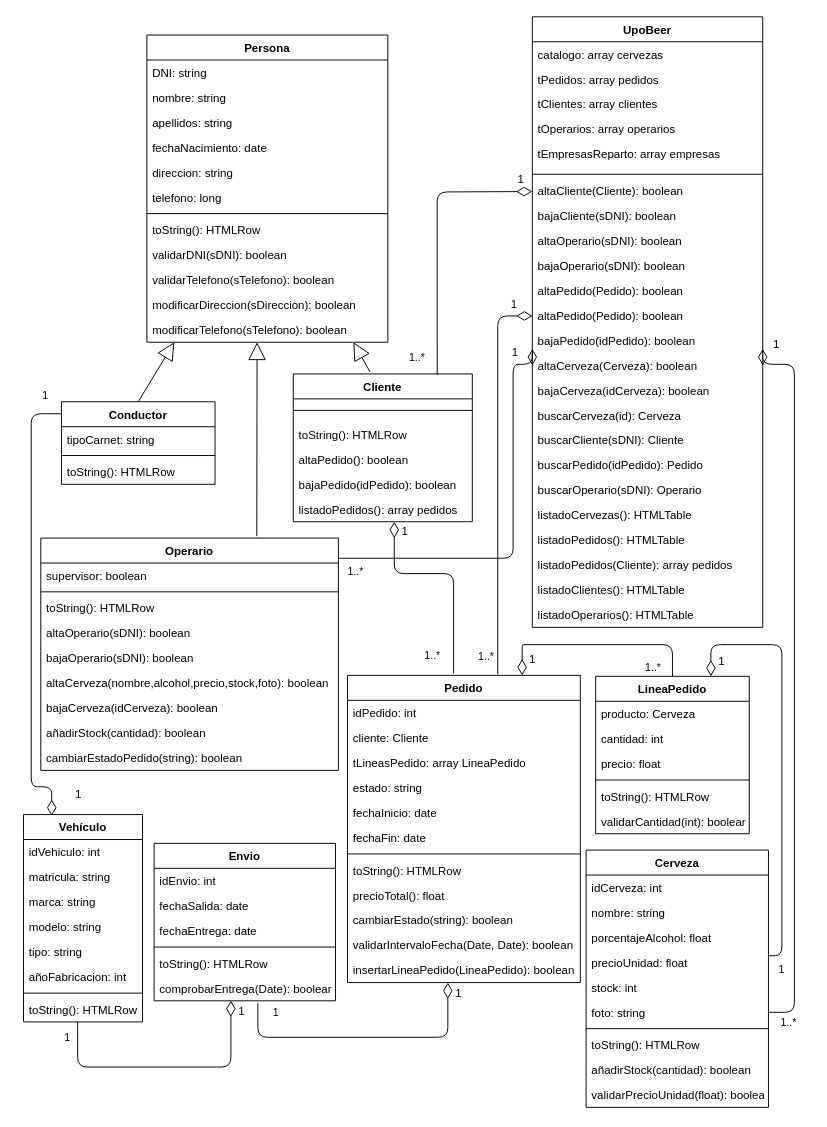
This is Untitled Diagram.drawio from iandreafh/UpoBeer, a draw.io file, before an edit. Source tidied: cells renumbered, new cells numbered last; positions are measured from the earlier drawing's top-left corner, leaving out a move shared by most shapes. Both pictures are drawn from the tidied source at 96%, with x=0, y=0 at pixel (23, 16).
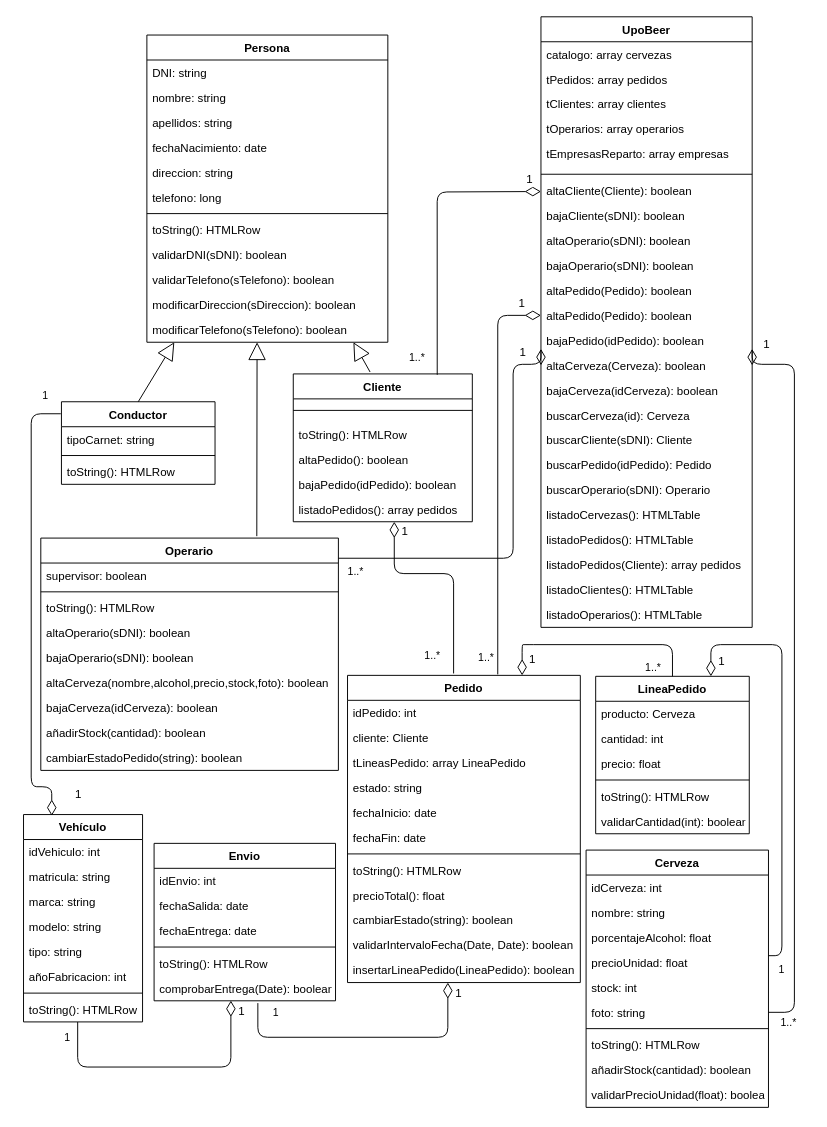
Above is the later version.

What changed in the source:
```diff
@@
     <mxCell id="22" value="UpoBeer" style="swimlane;fontStyle=1;align=center;verticalAlign=top;horizontal=1;startSize=26;" parent="1" vertex="1">
-      <mxGeometry x="530" width="240" height="636" as="geometry" />
+      <mxGeometry x="539" width="220" height="636" as="geometry" />
     </mxCell>
     <mxCell id="23" value="catalogo: array cervezas" style="text;strokeColor=none;fillColor=none;align=left;verticalAlign=top;spacingLeft=4;spacingRight=4;overflow=hidden;" parent="22" vertex="1">
-      <mxGeometry y="26" width="240" height="26" as="geometry" />
+      <mxGeometry y="26" width="220" height="26" as="geometry" />
     </mxCell>
     <mxCell id="24" value="tPedidos: array pedidos" style="text;strokeColor=none;fillColor=none;align=left;verticalAlign=top;spacingLeft=4;spacingRight=4;overflow=hidden;" parent="22" vertex="1">
-      <mxGeometry y="52" width="240" height="26" as="geometry" />
+      <mxGeometry y="52" width="220" height="26" as="geometry" />
     </mxCell>
     <mxCell id="25" value="tClientes: array clientes" style="text;strokeColor=none;fillColor=none;align=left;verticalAlign=top;spacingLeft=4;spacingRight=4;overflow=hidden;" parent="22" vertex="1">
-      <mxGeometry y="78" width="240" height="26" as="geometry" />
+      <mxGeometry y="78" width="220" height="26" as="geometry" />
     </mxCell>
     <mxCell id="26" value="tOperarios: array operarios" style="text;strokeColor=none;fillColor=none;align=left;verticalAlign=top;spacingLeft=4;spacingRight=4;overflow=hidden;" parent="22" vertex="1">
-      <mxGeometry y="104" width="240" height="26" as="geometry" />
+      <mxGeometry y="104" width="220" height="26" as="geometry" />
     </mxCell>
     <mxCell id="27" value="tEmpresasReparto: array empresas" style="text;strokeColor=none;fillColor=none;align=left;verticalAlign=top;spacingLeft=4;spacingRight=4;overflow=hidden;" parent="22" vertex="1">
-      <mxGeometry y="130" width="240" height="30" as="geometry" />
+      <mxGeometry y="130" width="220" height="30" as="geometry" />
     </mxCell>
     <mxCell id="28" style="line;strokeWidth=1;fillColor=none;align=left;verticalAlign=middle;spacingTop=-1;spacingLeft=3;spacingRight=3;labelPosition=right;" parent="22" vertex="1">
-      <mxGeometry y="160" width="240" height="8" as="geometry" />
+      <mxGeometry y="160" width="220" height="8" as="geometry" />
     </mxCell>
     <mxCell id="29" value="altaCliente(Cliente): boolean" style="text;strokeColor=none;fillColor=none;align=left;verticalAlign=top;spacingLeft=4;spacingRight=4;overflow=hidden;" parent="22" vertex="1">
-      <mxGeometry y="168" width="240" height="26" as="geometry" />
+      <mxGeometry y="168" width="220" height="26" as="geometry" />
     </mxCell>
@@
     <mxCell id="32" value="bajaCliente(sDNI): boolean" style="text;strokeColor=none;fillColor=none;align=left;verticalAlign=top;spacingLeft=4;spacingRight=4;overflow=hidden;" parent="22" vertex="1">
-      <mxGeometry y="194" width="240" height="26" as="geometry" />
+      <mxGeometry y="194" width="220" height="26" as="geometry" />
     </mxCell>
     <mxCell id="33" value="altaOperario(sDNI): boolean" style="text;strokeColor=none;fillColor=none;align=left;verticalAlign=top;spacingLeft=4;spacingRight=4;overflow=hidden;" parent="22" vertex="1">
-      <mxGeometry y="220" width="240" height="26" as="geometry" />
+      <mxGeometry y="220" width="220" height="26" as="geometry" />
     </mxCell>
     <mxCell id="34" value="bajaOperario(sDNI): boolean" style="text;strokeColor=none;fillColor=none;align=left;verticalAlign=top;spacingLeft=4;spacingRight=4;overflow=hidden;" parent="22" vertex="1">
-      <mxGeometry y="246" width="240" height="26" as="geometry" />
+      <mxGeometry y="246" width="220" height="26" as="geometry" />
     </mxCell>
     <mxCell id="35" value="altaPedido(Pedido): boolean" style="text;strokeColor=none;fillColor=none;align=left;verticalAlign=top;spacingLeft=4;spacingRight=4;overflow=hidden;" parent="22" vertex="1">
-      <mxGeometry y="272" width="240" height="26" as="geometry" />
+      <mxGeometry y="272" width="220" height="26" as="geometry" />
     </mxCell>
     <mxCell id="36" value="altaPedido(Pedido): boolean" style="text;strokeColor=none;fillColor=none;align=left;verticalAlign=top;spacingLeft=4;spacingRight=4;overflow=hidden;points=[[0,0.5],[1,0.5]];portConstraint=eastwest;" parent="22" vertex="1">
-      <mxGeometry y="298" width="240" height="26" as="geometry" />
+      <mxGeometry y="298" width="220" height="26" as="geometry" />
     </mxCell>
     <mxCell id="37" value="bajaPedido(idPedido): boolean" style="text;strokeColor=none;fillColor=none;align=left;verticalAlign=top;spacingLeft=4;spacingRight=4;overflow=hidden;" parent="22" vertex="1">
-      <mxGeometry y="324" width="240" height="26" as="geometry" />
+      <mxGeometry y="324" width="220" height="26" as="geometry" />
     </mxCell>
     <mxCell id="38" value="altaCerveza(Cerveza): boolean" style="text;strokeColor=none;fillColor=none;align=left;verticalAlign=top;spacingLeft=4;spacingRight=4;overflow=hidden;points=[[0,0.5],[1,0.5]];portConstraint=eastwest;" parent="22" vertex="1">
-      <mxGeometry y="350" width="240" height="26" as="geometry" />
+      <mxGeometry y="350" width="220" height="26" as="geometry" />
     </mxCell>
     <mxCell id="39" value="bajaCerveza(idCerveza): boolean" style="text;strokeColor=none;fillColor=none;align=left;verticalAlign=top;spacingLeft=4;spacingRight=4;overflow=hidden;" parent="22" vertex="1">
-      <mxGeometry y="376" width="240" height="26" as="geometry" />
+      <mxGeometry y="376" width="220" height="26" as="geometry" />
     </mxCell>
     <mxCell id="40" value="buscarCerveza(id): Cerveza" style="text;strokeColor=none;fillColor=none;align=left;verticalAlign=top;spacingLeft=4;spacingRight=4;overflow=hidden;" parent="22" vertex="1">
-      <mxGeometry y="402" width="240" height="26" as="geometry" />
+      <mxGeometry y="402" width="220" height="26" as="geometry" />
     </mxCell>
     <mxCell id="41" value="buscarCliente(sDNI): Cliente" style="text;strokeColor=none;fillColor=none;align=left;verticalAlign=top;spacingLeft=4;spacingRight=4;overflow=hidden;" parent="22" vertex="1">
-      <mxGeometry y="428" width="240" height="26" as="geometry" />
+      <mxGeometry y="428" width="220" height="26" as="geometry" />
     </mxCell>
     <mxCell id="42" value="buscarPedido(idPedido): Pedido" style="text;strokeColor=none;fillColor=none;align=left;verticalAlign=top;spacingLeft=4;spacingRight=4;overflow=hidden;" parent="22" vertex="1">
-      <mxGeometry y="454" width="240" height="26" as="geometry" />
+      <mxGeometry y="454" width="220" height="26" as="geometry" />
     </mxCell>
     <mxCell id="43" value="buscarOperario(sDNI): Operario" style="text;strokeColor=none;fillColor=none;align=left;verticalAlign=top;spacingLeft=4;spacingRight=4;overflow=hidden;" parent="22" vertex="1">
-      <mxGeometry y="480" width="240" height="26" as="geometry" />
+      <mxGeometry y="480" width="220" height="26" as="geometry" />
     </mxCell>
     <mxCell id="44" value="listadoCervezas(): HTMLTable" style="text;strokeColor=none;fillColor=none;align=left;verticalAlign=top;spacingLeft=4;spacingRight=4;overflow=hidden;" parent="22" vertex="1">
-      <mxGeometry y="506" width="240" height="26" as="geometry" />
+      <mxGeometry y="506" width="220" height="26" as="geometry" />
     </mxCell>
     <mxCell id="45" value="listadoPedidos(): HTMLTable" style="text;strokeColor=none;fillColor=none;align=left;verticalAlign=top;spacingLeft=4;spacingRight=4;overflow=hidden;" parent="22" vertex="1">
-      <mxGeometry y="532" width="240" height="26" as="geometry" />
+      <mxGeometry y="532" width="220" height="26" as="geometry" />
     </mxCell>
     <mxCell id="46" value="listadoPedidos(Cliente): array pedidos" style="text;strokeColor=none;fillColor=none;align=left;verticalAlign=top;spacingLeft=4;spacingRight=4;overflow=hidden;" parent="22" vertex="1">
-      <mxGeometry y="558" width="240" height="26" as="geometry" />
+      <mxGeometry y="558" width="220" height="26" as="geometry" />
     </mxCell>
     <mxCell id="47" value="listadoClientes(): HTMLTable" style="text;strokeColor=none;fillColor=none;align=left;verticalAlign=top;spacingLeft=4;spacingRight=4;overflow=hidden;" parent="22" vertex="1">
-      <mxGeometry y="584" width="240" height="26" as="geometry" />
+      <mxGeometry y="584" width="220" height="26" as="geometry" />
     </mxCell>
     <mxCell id="48" value="listadoOperarios(): HTMLTable" style="text;strokeColor=none;fillColor=none;align=left;verticalAlign=top;spacingLeft=4;spacingRight=4;overflow=hidden;" parent="22" vertex="1">
-      <mxGeometry y="610" width="240" height="26" as="geometry" />
+      <mxGeometry y="610" width="220" height="26" as="geometry" />
     </mxCell>
@@
-    <mxCell id="120" value="1..*" style="endArrow=none;html=1;endSize=12;startArrow=diamondThin;startSize=14;startFill=0;edgeStyle=orthogonalEdgeStyle;align=left;verticalAlign=bottom;rounded=1;endFill=0;exitX=0;exitY=0.5;exitDx=0;exitDy=0;" parent="1" edge="1">
+    <mxCell id="120" value="1..*" style="endArrow=none;html=1;endSize=12;startArrow=diamondThin;startSize=14;startFill=0;edgeStyle=orthogonalEdgeStyle;align=left;verticalAlign=bottom;rounded=1;endFill=0;exitX=0;exitY=0.5;exitDx=0;exitDy=0;" parent="1" edge="1" source="36">
       <mxGeometry x="0.96" y="-22" relative="1" as="geometry">
-        <mxPoint x="530.2" y="311.6" as="sourcePoint" />
         <mxPoint x="494" y="685" as="targetPoint" />
         <Array as="points">
-          <mxPoint x="494" y="312" />
+          <mxPoint x="494" y="311" />
         </Array>
       </mxGeometry>
     </mxCell>
```
